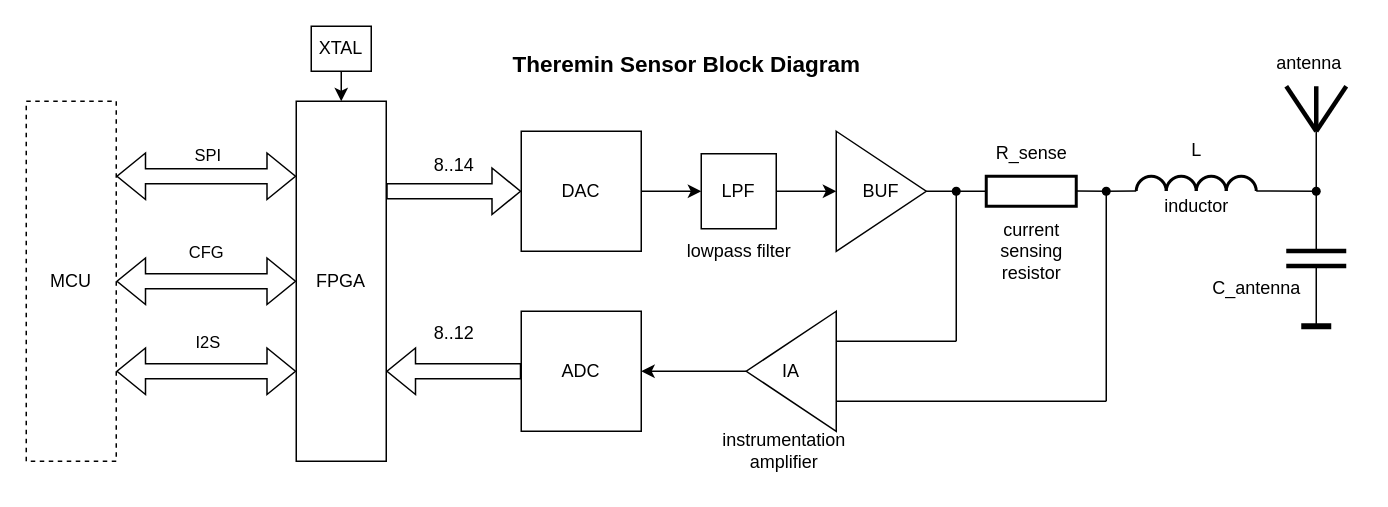
Earlier version of the draw.io diagram fpga_sensor/images/sensor_block_diagram.drawio (fpga-theremin/sensors). Source tidied: cells renumbered, new cells numbered last; positions are measured from the earlier drawing's top-left corner, leaving out a move shared by most shapes. Both pictures are drawn from the tidied source at 150%, with x=0, y=0 at pixel (26, 26).
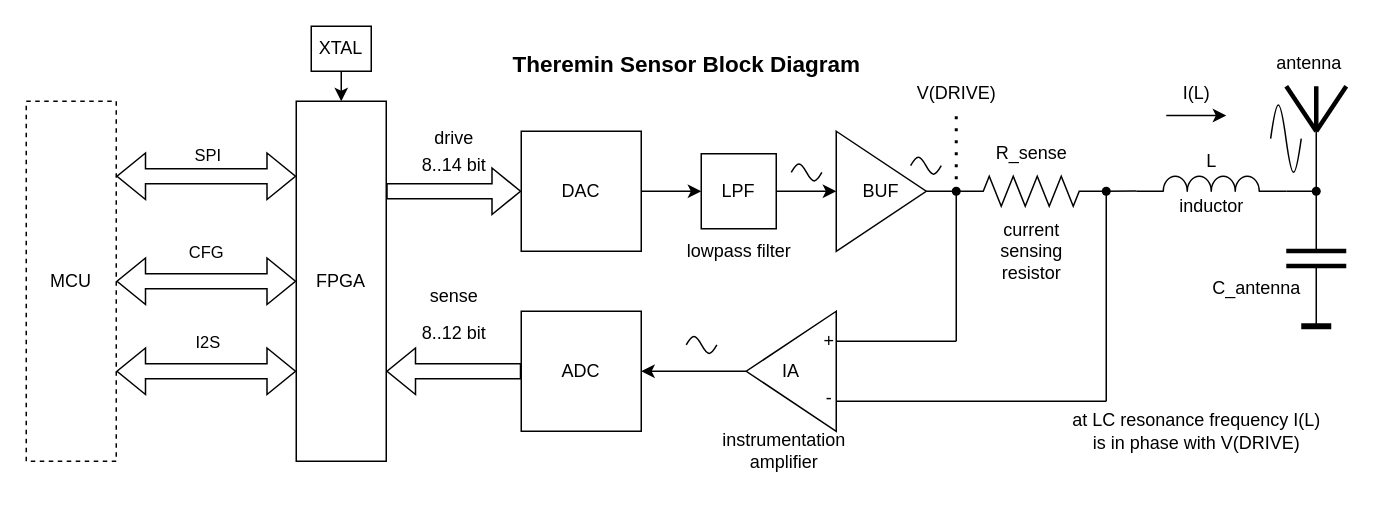
Above is the later version.

Commit message (it also covers changes not shown here):
sensor PLL diagram

Unchanged cells that the change refers to:
```xml
<mxCell id="50" style="shape=waypoint;sketch=0;fillStyle=solid;size=6;points=[];fillColor=none;perimeter=centerPerimeter;snapToPoint=1;" parent="1" vertex="1">
  <mxGeometry x="610" y="100" width="20" height="20" as="geometry" />
</mxCell>
<mxCell id="52" style="shape=waypoint;sketch=0;fillStyle=solid;size=6;points=[];fillColor=none;perimeter=centerPerimeter;snapToPoint=1;" parent="1" vertex="1">
  <mxGeometry x="710" y="100" width="20" height="20" as="geometry" />
</mxCell>
<mxCell id="54" style="shape=waypoint;sketch=0;fillStyle=solid;size=6;points=[];fillColor=none;perimeter=centerPerimeter;snapToPoint=1;" parent="1" vertex="1">
  <mxGeometry x="850" y="100" width="20" height="20" as="geometry" />
</mxCell>
```

Change to the diagram source:
```diff
@@
-    <mxCell id="22" style="verticalLabelPosition=bottom;verticalAlign=top;html=1;shape=mxgraph.basic.rect;fillColor2=none;strokeWidth=2;size=20;indent=5;" parent="1" vertex="1">
-      <mxGeometry x="640" y="100" width="60" height="20" as="geometry" />
-    </mxCell>
-    <mxCell id="23" style="endArrow=none;html=1;rounded=0;exitDx=0;exitDy=0;" parent="1" edge="1" source="50" target="22">
-      <mxGeometry relative="1" as="geometry" />
-    </mxCell>
@@
-    <mxCell id="33" value="8..14" style="text;html=1;align=center;verticalAlign=middle;strokeColor=none;fillColor=none;" parent="1" vertex="1">
-      <mxGeometry x="260" y="78" width="50" height="30" as="geometry" />
+    <mxCell id="33" value="8..14 bit" style="text;html=1;align=center;verticalAlign=middle;strokeColor=none;fillColor=none;" parent="1" vertex="1">
+      <mxGeometry x="250" y="78" width="70" height="30" as="geometry" />
     </mxCell>
-    <mxCell id="34" value="8..12" style="text;html=1;align=center;verticalAlign=middle;strokeColor=none;fillColor=none;" parent="1" vertex="1">
-      <mxGeometry x="260" y="190" width="50" height="30" as="geometry" />
+    <mxCell id="34" value="8..12 bit" style="text;html=1;align=center;verticalAlign=middle;strokeColor=none;fillColor=none;" parent="1" vertex="1">
+      <mxGeometry x="250" y="190" width="70" height="30" as="geometry" />
     </mxCell>
-    <mxCell id="35" style="verticalLabelPosition=bottom;verticalAlign=top;html=1;shape=mxgraph.basic.arc;startAngle=0.7515914963824541;endAngle=0.2484085036175459;strokeWidth=2;" parent="1" vertex="1">
-      <mxGeometry x="740" y="100" width="20" height="20" as="geometry" />
-    </mxCell>
-    <mxCell id="36" style="verticalLabelPosition=bottom;verticalAlign=top;html=1;shape=mxgraph.basic.arc;startAngle=0.7515914963824541;endAngle=0.2484085036175459;strokeWidth=2;" parent="1" vertex="1">
-      <mxGeometry x="760" y="100" width="20" height="20" as="geometry" />
-    </mxCell>
-    <mxCell id="37" style="verticalLabelPosition=bottom;verticalAlign=top;html=1;shape=mxgraph.basic.arc;startAngle=0.7515914963824541;endAngle=0.2484085036175459;strokeWidth=2;" parent="1" vertex="1">
-      <mxGeometry x="780" y="100" width="20" height="20" as="geometry" />
-    </mxCell>
-    <mxCell id="38" style="verticalLabelPosition=bottom;verticalAlign=top;html=1;shape=mxgraph.basic.arc;startAngle=0.7515914963824541;endAngle=0.2484085036175459;strokeWidth=2;" parent="1" vertex="1">
-      <mxGeometry x="800" y="100" width="20" height="20" as="geometry" />
-    </mxCell>
@@
-    <mxCell id="51" style="endArrow=none;html=1;rounded=0;exitX=1;exitY=0.5;exitDx=0;exitDy=0;" parent="1" edge="1" target="52">
-      <mxGeometry relative="1" as="geometry">
-        <mxPoint x="700" y="109.9" as="sourcePoint" />
-      </mxGeometry>
-    </mxCell>
@@
-    <mxCell id="53" style="endArrow=none;html=1;rounded=0;exitX=1;exitY=0.5;exitDx=0;exitDy=0;" parent="1" edge="1" target="54">
+    <mxCell id="53" style="endArrow=none;html=1;rounded=0;" parent="1" edge="1">
       <mxGeometry relative="1" as="geometry">
-        <mxPoint x="820" y="109.8" as="sourcePoint" />
+        <mxPoint x="840" y="110" as="sourcePoint" />
+        <mxPoint x="860" y="110" as="targetPoint" />
       </mxGeometry>
     </mxCell>
@@
     <mxCell id="55" value="L" style="text;html=1;align=center;verticalAlign=middle;strokeColor=none;fillColor=none;" parent="1" vertex="1">
-      <mxGeometry x="765" y="68" width="30" height="30" as="geometry" />
+      <mxGeometry x="775" y="75" width="30" height="30" as="geometry" />
     </mxCell>
     <mxCell id="56" value="inductor" style="text;html=1;align=center;verticalAlign=middle;strokeColor=none;fillColor=none;" parent="1" vertex="1">
-      <mxGeometry x="745" y="105" width="70" height="30" as="geometry" />
+      <mxGeometry x="755" y="105" width="70" height="30" as="geometry" />
     </mxCell>
@@
+    <mxCell id="60" style="verticalLabelPosition=bottom;shadow=0;dashed=0;align=center;html=1;verticalAlign=top;shape=mxgraph.electrical.waveforms.sine_wave;" parent="1" vertex="1">
+      <mxGeometry x="589.6" y="85.5" width="20.4" height="15" as="geometry" />
+    </mxCell>
+    <mxCell id="61" style="verticalLabelPosition=bottom;shadow=0;dashed=0;align=center;html=1;verticalAlign=top;shape=mxgraph.electrical.waveforms.sine_wave;" parent="1" vertex="1">
+      <mxGeometry x="510" y="90" width="20.4" height="15" as="geometry" />
+    </mxCell>
+    <mxCell id="62" style="verticalLabelPosition=bottom;shadow=0;dashed=0;align=center;html=1;verticalAlign=top;shape=mxgraph.electrical.waveforms.sine_wave;" parent="1" vertex="1">
+      <mxGeometry x="440" y="205" width="20.4" height="15" as="geometry" />
+    </mxCell>
+    <mxCell id="63" style="verticalLabelPosition=bottom;shadow=0;dashed=0;align=center;html=1;verticalAlign=top;shape=mxgraph.electrical.waveforms.sine_wave;" parent="1" vertex="1">
+      <mxGeometry x="829.6" y="45" width="20.4" height="60" as="geometry" />
+    </mxCell>
+    <mxCell id="64" value="at LC resonance frequency I(L) &lt;br&gt;is in phase with V(DRIVE)" style="text;html=1;align=center;verticalAlign=middle;strokeColor=none;fillColor=none;" parent="1" vertex="1">
+      <mxGeometry x="685" y="250" width="190" height="40" as="geometry" />
+    </mxCell>
+    <mxCell id="65" value="V(DRIVE)" style="text;html=1;align=center;verticalAlign=middle;points=[];strokeColor=none;fillColor=none;" parent="1" vertex="1">
+      <mxGeometry x="580" y="30" width="80" height="30" as="geometry" />
+    </mxCell>
+    <mxCell id="66" style="endArrow=none;dashed=1;html=1;dashPattern=1 3;strokeWidth=2;rounded=0;entryX=0.5;entryY=1;entryDx=0;entryDy=0;entryPerimeter=0;" parent="1" edge="1" source="50" target="65">
+      <mxGeometry relative="1" as="geometry" />
+    </mxCell>
+    <mxCell id="67" value="I(L)" style="text;html=1;align=center;verticalAlign=middle;strokeColor=none;fillColor=none;" parent="1" vertex="1">
+      <mxGeometry x="760" y="30" width="40" height="30" as="geometry" />
+    </mxCell>
+    <mxCell id="68" style="endArrow=classic;html=1;rounded=0;" parent="1" edge="1">
+      <mxGeometry relative="1" as="geometry">
+        <mxPoint x="760" y="59.5" as="sourcePoint" />
+        <mxPoint x="800" y="59.5" as="targetPoint" />
+      </mxGeometry>
+    </mxCell>
+    <mxCell id="69" value="drive" style="text;html=1;align=center;verticalAlign=middle;strokeColor=none;fillColor=none;" parent="1" vertex="1">
+      <mxGeometry x="260" y="60" width="50" height="30" as="geometry" />
+    </mxCell>
+    <mxCell id="70" value="sense" style="text;html=1;align=center;verticalAlign=middle;strokeColor=none;fillColor=none;" parent="1" vertex="1">
+      <mxGeometry x="255" y="165" width="60" height="30" as="geometry" />
+    </mxCell>
+    <mxCell id="71" style="verticalLabelPosition=bottom;shadow=0;dashed=0;align=center;html=1;verticalAlign=top;shape=mxgraph.electrical.inductors.inductor_3;" parent="1" vertex="1">
+      <mxGeometry x="740" y="100" width="100" height="10" as="geometry" />
+    </mxCell>
+    <mxCell id="72" style="verticalLabelPosition=bottom;shadow=0;dashed=0;align=center;html=1;verticalAlign=top;shape=mxgraph.electrical.resistors.resistor_2;" parent="1" vertex="1">
+      <mxGeometry x="620" y="100" width="100" height="20" as="geometry" />
+    </mxCell>
+    <mxCell id="73" value="+" style="text;html=1;align=center;verticalAlign=middle;strokeColor=none;fillColor=none;" parent="1" vertex="1">
+      <mxGeometry x="520" y="195" width="30" height="30" as="geometry" />
+    </mxCell>
+    <mxCell id="74" value="-" style="text;html=1;align=center;verticalAlign=middle;strokeColor=none;fillColor=none;" parent="1" vertex="1">
+      <mxGeometry x="520" y="233" width="30" height="30" as="geometry" />
+    </mxCell>
```
